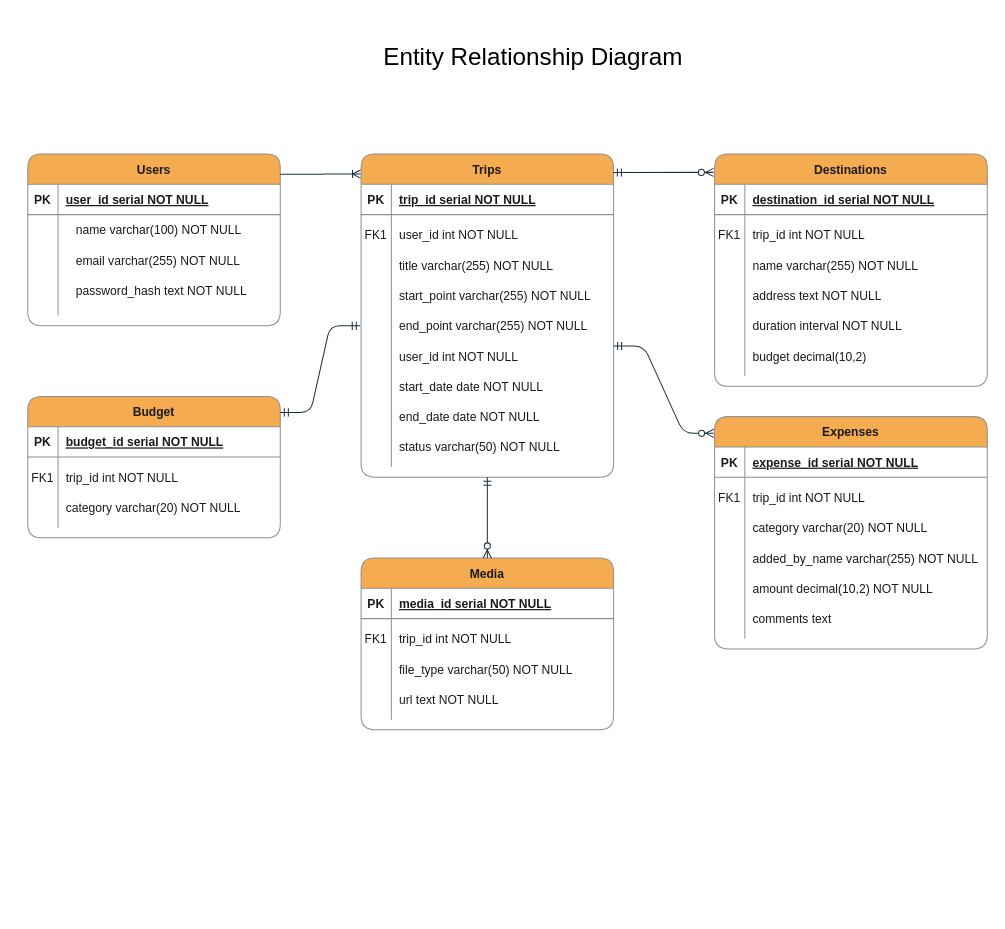
The draw.io diagram ER_Diagram.drawio in ashwani89n/TripOTrail, before the edit. Source tidied: cells renumbered, new cells numbered last; positions are measured from the earlier drawing's top-left corner, leaving out a move shared by most shapes. Both pictures are drawn from the tidied source at 101%, with x=0, y=0 at pixel (27, 17).
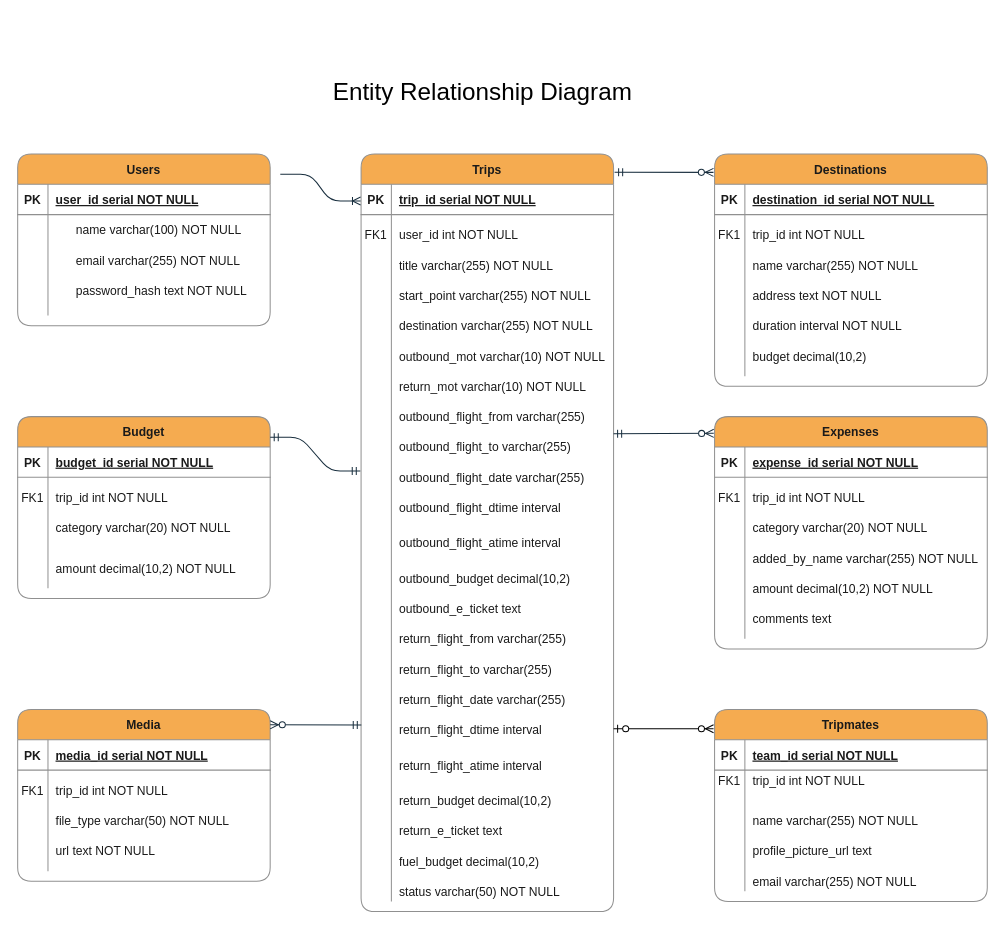
The same diagram, later.

Unchanged cells that the change refers to:
```xml
<mxCell id="40" value="Destinations" style="shape=table;startSize=30;childLayout=tableLayout;rowLines=0;fontStyle=1;align=center;labelBackgroundColor=none;fillColor=#F5AB50;strokeColor=#909090;fontColor=#1A1A1A;rounded=1;" parent="1" vertex="1">
  <mxGeometry x="680" y="135" width="270" height="230" as="geometry" />
</mxCell>
<mxCell id="66" value="Expenses" style="shape=table;startSize=30;childLayout=tableLayout;rowLines=0;fontStyle=1;align=center;labelBackgroundColor=none;fillColor=#F5AB50;strokeColor=#909090;fontColor=#1A1A1A;rounded=1;" parent="1" vertex="1">
  <mxGeometry x="680" y="395" width="270" height="230" as="geometry" />
</mxCell>
```

Change to the diagram source:
```diff
@@
     <mxCell id="2" value="Users" style="shape=table;startSize=30;childLayout=tableLayout;rowLines=0;fontStyle=1;align=center;labelBackgroundColor=none;fillColor=#F5AB50;strokeColor=#909090;fontColor=#1A1A1A;rounded=1;" parent="1" vertex="1">
-      <mxGeometry y="135" width="250" height="170" as="geometry" />
+      <mxGeometry x="-10" y="135" width="250" height="170" as="geometry" />
     </mxCell>
@@
     <mxCell id="12" value="Trips" style="shape=table;startSize=30;childLayout=tableLayout;rowLines=0;fontStyle=1;align=center;labelBackgroundColor=none;fillColor=#F5AB50;strokeColor=#909090;fontColor=#1A1A1A;rounded=1;" parent="1" vertex="1">
-      <mxGeometry x="330" y="135" width="250" height="320" as="geometry" />
+      <mxGeometry x="330" y="135" width="250" height="750" as="geometry" />
     </mxCell>
@@
     <mxCell id="19" style="shape=partialRectangle;fillColor=none;points=[[0,0.5],[1,0.5]];portConstraint=eastwest;top=0;left=0;right=0;bottom=0;labelBackgroundColor=none;strokeColor=#909090;fontColor=#1A1A1A;rounded=1;" parent="12" vertex="1">
-      <mxGeometry y="100" width="250" height="210" as="geometry" />
+      <mxGeometry y="100" width="250" height="640" as="geometry" />
     </mxCell>
     <mxCell id="20" style="shape=partialRectangle;overflow=hidden;fillColor=none;top=0;left=0;bottom=0;right=0;labelBackgroundColor=none;strokeColor=#909090;fontColor=#1A1A1A;rounded=1;" parent="19" vertex="1">
-      <mxGeometry width="30" height="210" as="geometry" />
+      <mxGeometry width="30" height="640" as="geometry" />
     </mxCell>
     <mxCell id="21" style="shape=partialRectangle;overflow=hidden;fillColor=none;top=0;left=0;bottom=0;right=0;align=left;spacingLeft=6;labelBackgroundColor=none;strokeColor=#909090;fontColor=#1A1A1A;rounded=1;" parent="19" vertex="1">
-      <mxGeometry x="30" width="220" height="210" as="geometry" />
+      <mxGeometry x="30" width="220" height="640" as="geometry" />
     </mxCell>
@@
-    <mxCell id="24" value="end_point varchar(255) NOT NULL" style="shape=partialRectangle;overflow=hidden;fillColor=none;top=0;left=0;bottom=0;right=0;align=left;spacingLeft=6;labelBackgroundColor=none;strokeColor=#909090;fontColor=#1A1A1A;rounded=1;" parent="1" vertex="1">
+    <mxCell id="24" value="destination varchar(255) NOT NULL" style="shape=partialRectangle;overflow=hidden;fillColor=none;top=0;left=0;bottom=0;right=0;align=left;spacingLeft=6;labelBackgroundColor=none;strokeColor=#909090;fontColor=#1A1A1A;rounded=1;" parent="1" vertex="1">
       <mxGeometry x="360" y="285" width="220" height="40" as="geometry" />
     </mxCell>
-    <mxCell id="25" value="user_id int NOT NULL" style="shape=partialRectangle;overflow=hidden;fillColor=none;top=0;left=0;bottom=0;right=0;align=left;spacingLeft=6;labelBackgroundColor=none;strokeColor=#909090;fontColor=#1A1A1A;rounded=1;" parent="1" vertex="1">
+    <mxCell id="25" value="outbound_mot varchar(10) NOT NULL" style="shape=partialRectangle;overflow=hidden;fillColor=none;top=0;left=0;bottom=0;right=0;align=left;spacingLeft=6;labelBackgroundColor=none;strokeColor=#909090;fontColor=#1A1A1A;rounded=1;" parent="1" vertex="1">
       <mxGeometry x="360" y="315" width="220" height="40" as="geometry" />
     </mxCell>
-    <mxCell id="26" value="start_date date NOT NULL" style="shape=partialRectangle;overflow=hidden;fillColor=none;top=0;left=0;bottom=0;right=0;align=left;spacingLeft=6;labelBackgroundColor=none;strokeColor=#909090;fontColor=#1A1A1A;rounded=1;" parent="1" vertex="1">
+    <mxCell id="26" value="return_mot varchar(10) NOT NULL" style="shape=partialRectangle;overflow=hidden;fillColor=none;top=0;left=0;bottom=0;right=0;align=left;spacingLeft=6;labelBackgroundColor=none;strokeColor=#909090;fontColor=#1A1A1A;rounded=1;" parent="1" vertex="1">
       <mxGeometry x="360" y="345" width="220" height="40" as="geometry" />
     </mxCell>
     <mxCell id="27" value="status varchar(50) NOT NULL" style="shape=partialRectangle;overflow=hidden;fillColor=none;top=0;left=0;bottom=0;right=0;align=left;spacingLeft=6;labelBackgroundColor=none;strokeColor=#909090;fontColor=#1A1A1A;rounded=1;" parent="1" vertex="1">
-      <mxGeometry x="360" y="405" width="220" height="40" as="geometry" />
+      <mxGeometry x="360" y="845" width="220" height="40" as="geometry" />
     </mxCell>
-    <mxCell id="28" value="end_date date NOT NULL" style="shape=partialRectangle;overflow=hidden;fillColor=none;top=0;left=0;bottom=0;right=0;align=left;spacingLeft=6;labelBackgroundColor=none;strokeColor=#909090;fontColor=#1A1A1A;rounded=1;" parent="1" vertex="1">
-      <mxGeometry x="360" y="375" width="220" height="40" as="geometry" />
-    </mxCell>
     <mxCell id="29" value="Budget" style="shape=table;startSize=30;childLayout=tableLayout;rowLines=0;fontStyle=1;align=center;labelBackgroundColor=none;fillColor=#F5AB50;strokeColor=#909090;fontColor=#1A1A1A;rounded=1;" parent="1" vertex="1">
-      <mxGeometry y="375" width="250" height="140" as="geometry" />
+      <mxGeometry x="-10" y="395" width="250" height="180" as="geometry" />
     </mxCell>
@@
     <mxCell id="36" style="shape=partialRectangle;fillColor=none;top=0;left=0;right=0;bottom=0;labelBackgroundColor=none;strokeColor=#909090;fontColor=#1A1A1A;rounded=1;" parent="29" vertex="1">
-      <mxGeometry y="100" width="250" height="30" as="geometry" />
+      <mxGeometry y="100" width="250" height="70" as="geometry" />
     </mxCell>
     <mxCell id="37" style="shape=partialRectangle;overflow=hidden;fillColor=none;top=0;left=0;bottom=0;right=0;labelBackgroundColor=none;strokeColor=#909090;fontColor=#1A1A1A;rounded=1;" parent="36" vertex="1">
-      <mxGeometry width="30" height="30" as="geometry" />
+      <mxGeometry width="30" height="70" as="geometry" />
     </mxCell>
     <mxCell id="38" style="shape=partialRectangle;overflow=hidden;fillColor=none;top=0;left=0;bottom=0;right=0;align=left;spacingLeft=6;labelBackgroundColor=none;strokeColor=#909090;fontColor=#1A1A1A;rounded=1;" parent="36" vertex="1">
-      <mxGeometry x="30" width="220" height="30" as="geometry" />
+      <mxGeometry x="30" width="220" height="70" as="geometry" />
     </mxCell>
     <mxCell id="39" value="category varchar(20) NOT NULL" style="shape=partialRectangle;overflow=hidden;fillColor=none;top=0;left=0;bottom=0;right=0;align=left;spacingLeft=6;labelBackgroundColor=none;strokeColor=#909090;fontColor=#1A1A1A;rounded=1;" parent="1" vertex="1">
-      <mxGeometry x="30" y="465" width="220" height="40" as="geometry" />
+      <mxGeometry x="20" y="485" width="220" height="40" as="geometry" />
     </mxCell>
@@
     <mxCell id="54" value="Media" style="shape=table;startSize=30;childLayout=tableLayout;rowLines=0;fontStyle=1;align=center;labelBackgroundColor=none;fillColor=#F5AB50;strokeColor=#909090;fontColor=#1A1A1A;rounded=1;" parent="1" vertex="1">
-      <mxGeometry x="330" y="535" width="250" height="170" as="geometry" />
+      <mxGeometry x="-10" y="685" width="250" height="170" as="geometry" />
     </mxCell>
@@
     <mxCell id="64" value="file_type varchar(50) NOT NULL" style="shape=partialRectangle;overflow=hidden;fillColor=none;top=0;left=0;bottom=0;right=0;align=left;spacingLeft=6;labelBackgroundColor=none;strokeColor=#909090;fontColor=#1A1A1A;rounded=1;" parent="1" vertex="1">
-      <mxGeometry x="360" y="625" width="220" height="40" as="geometry" />
+      <mxGeometry x="20" y="775" width="220" height="40" as="geometry" />
     </mxCell>
     <mxCell id="65" value="url text NOT NULL" style="shape=partialRectangle;overflow=hidden;fillColor=none;top=0;left=0;bottom=0;right=0;align=left;spacingLeft=6;labelBackgroundColor=none;strokeColor=#909090;fontColor=#1A1A1A;rounded=1;" parent="1" vertex="1">
-      <mxGeometry x="360" y="655" width="220" height="40" as="geometry" />
+      <mxGeometry x="20" y="805" width="220" height="40" as="geometry" />
     </mxCell>
@@
-    <mxCell id="82" style="fontSize=12;html=1;endArrow=ERzeroToMany;startArrow=ERmandOne;rounded=1;exitX=0.999;exitY=0.057;exitDx=0;exitDy=0;exitPerimeter=0;entryX=-0.004;entryY=0.079;entryDx=0;entryDy=0;entryPerimeter=0;labelBackgroundColor=none;strokeColor=#182E3E;fontColor=default;" parent="1" edge="1" source="12" target="40">
-      <mxGeometry relative="1" as="geometry" />
+    <mxCell id="82" style="fontSize=12;html=1;endArrow=ERzeroToMany;startArrow=ERmandOne;rounded=1;entryX=-0.004;entryY=0.079;entryDx=0;entryDy=0;entryPerimeter=0;labelBackgroundColor=none;strokeColor=#182E3E;fontColor=default;" parent="1" edge="1" target="40">
+      <mxGeometry relative="1" as="geometry">
+        <mxPoint x="581" y="153" as="sourcePoint" />
+      </mxGeometry>
     </mxCell>
-    <mxCell id="83" style="edgeStyle=entityRelationEdgeStyle;fontSize=12;html=1;endArrow=ERzeroToMany;startArrow=ERmandOne;rounded=1;entryX=-0.003;entryY=0.072;entryDx=0;entryDy=0;entryPerimeter=0;labelBackgroundColor=none;strokeColor=#182E3E;fontColor=default;" parent="1" edge="1" target="66">
+    <mxCell id="83" style="fontSize=12;html=1;endArrow=ERzeroToMany;startArrow=ERmandOne;rounded=1;entryX=-0.003;entryY=0.072;entryDx=0;entryDy=0;entryPerimeter=0;labelBackgroundColor=none;strokeColor=#182E3E;fontColor=default;" parent="1" edge="1" target="66">
       <mxGeometry relative="1" as="geometry">
-        <mxPoint x="580" y="325" as="sourcePoint" />
-        <Array as="points">
-          <mxPoint x="755.8" y="607.8" />
-          <mxPoint x="745.8" y="597.8" />
-          <mxPoint x="735.8" y="537.8" />
-          <mxPoint x="637.2" y="807.8" />
-        </Array>
+        <mxPoint x="580" y="412" as="sourcePoint" />
       </mxGeometry>
     </mxCell>
-    <mxCell id="84" style="fontSize=12;html=1;endArrow=ERzeroToMany;startArrow=ERmandOne;rounded=1;entryX=0.5;entryY=0;entryDx=0;entryDy=0;exitX=0.5;exitY=1;exitDx=0;exitDy=0;labelBackgroundColor=none;strokeColor=#182E3E;fontColor=default;" parent="1" edge="1" source="12" target="54">
+    <mxCell id="84" style="fontSize=12;html=1;endArrow=ERzeroToMany;startArrow=ERmandOne;rounded=1;entryX=1;entryY=0.089;entryDx=0;entryDy=0;exitX=0.001;exitY=0.727;exitDx=0;exitDy=0;labelBackgroundColor=none;strokeColor=#182E3E;fontColor=default;entryPerimeter=0;exitPerimeter=0;" parent="1" edge="1" source="19" target="54">
       <mxGeometry relative="1" as="geometry" />
     </mxCell>
     <mxCell id="85" value="&lt;h3 style=&quot;line-height: 230%;&quot;&gt;&lt;font style=&quot;font-size: 24px; font-weight: normal; color: rgb(0, 0, 0);&quot;&gt;Entity Relationship Diagram&lt;/font&gt;&lt;/h3&gt;" style="text;html=1;align=center;verticalAlign=middle;strokeColor=none;fillColor=none;labelBackgroundColor=none;fontColor=#1A1A1A;rounded=1;" parent="1" vertex="1">
-      <mxGeometry x="340" width="320" height="80" as="geometry" />
+      <mxGeometry x="290" y="35" width="320" height="80" as="geometry" />
     </mxCell>
+    <mxCell id="86" value="amount decimal(10,2) NOT NULL" style="shape=partialRectangle;overflow=hidden;fillColor=none;top=0;left=0;bottom=0;right=0;align=left;spacingLeft=6;labelBackgroundColor=none;strokeColor=#909090;fontColor=#1A1A1A;rounded=1;" parent="1" vertex="1">
+      <mxGeometry x="20" y="525" width="240" height="40" as="geometry" />
+    </mxCell>
+    <mxCell id="87" value="Tripmates" style="shape=table;startSize=30;childLayout=tableLayout;rowLines=0;fontStyle=1;align=center;labelBackgroundColor=none;fillColor=#F5AB50;strokeColor=#909090;fontColor=#1A1A1A;rounded=1;" parent="1" vertex="1">
+      <mxGeometry x="680" y="685" width="270" height="190" as="geometry" />
+    </mxCell>
+    <mxCell id="88" style="shape=partialRectangle;fillColor=none;top=0;left=0;right=0;bottom=1;labelBackgroundColor=none;strokeColor=#909090;fontColor=#1A1A1A;rounded=1;" parent="87" vertex="1">
+      <mxGeometry y="30" width="270" height="30" as="geometry" />
+    </mxCell>
+    <mxCell id="89" value="PK" style="shape=partialRectangle;overflow=hidden;fillColor=none;top=0;left=0;bottom=0;right=0;fontStyle=1;labelBackgroundColor=none;strokeColor=#909090;fontColor=#1A1A1A;rounded=1;" parent="88" vertex="1">
+      <mxGeometry width="30" height="30" as="geometry" />
+    </mxCell>
+    <mxCell id="90" value="team_id serial NOT NULL " style="shape=partialRectangle;overflow=hidden;fillColor=none;top=0;left=0;bottom=0;right=0;align=left;spacingLeft=6;fontStyle=5;labelBackgroundColor=none;strokeColor=#909090;fontColor=#1A1A1A;rounded=1;" parent="88" vertex="1">
+      <mxGeometry x="30" width="240" height="30" as="geometry" />
+    </mxCell>
+    <mxCell id="91" style="shape=partialRectangle;fillColor=none;top=0;left=0;right=0;bottom=0;labelBackgroundColor=none;strokeColor=#909090;fontColor=#1A1A1A;rounded=1;" parent="87" vertex="1">
+      <mxGeometry y="60" width="270" height="20" as="geometry" />
+    </mxCell>
+    <mxCell id="92" value="FK1" style="shape=partialRectangle;overflow=hidden;fillColor=none;top=0;left=0;bottom=0;right=0;labelBackgroundColor=none;strokeColor=#909090;fontColor=#1A1A1A;rounded=1;" parent="91" vertex="1">
+      <mxGeometry width="30" height="20" as="geometry" />
+    </mxCell>
+    <mxCell id="93" value="trip_id int NOT NULL" style="shape=partialRectangle;overflow=hidden;fillColor=none;top=0;left=0;bottom=0;right=0;align=left;spacingLeft=6;labelBackgroundColor=none;strokeColor=#909090;fontColor=#1A1A1A;rounded=1;" parent="91" vertex="1">
+      <mxGeometry x="30" width="240" height="20" as="geometry" />
+    </mxCell>
+    <mxCell id="94" style="shape=partialRectangle;fillColor=none;top=0;left=0;right=0;bottom=0;labelBackgroundColor=none;strokeColor=#909090;fontColor=#1A1A1A;rounded=1;" parent="87" vertex="1">
+      <mxGeometry y="80" width="270" height="100" as="geometry" />
+    </mxCell>
+    <mxCell id="95" style="shape=partialRectangle;overflow=hidden;fillColor=none;top=0;left=0;bottom=0;right=0;labelBackgroundColor=none;strokeColor=#909090;fontColor=#1A1A1A;rounded=1;" parent="94" vertex="1">
+      <mxGeometry width="30" height="100" as="geometry" />
+    </mxCell>
+    <mxCell id="96" style="shape=partialRectangle;overflow=hidden;fillColor=none;top=0;left=0;bottom=0;right=0;align=left;spacingLeft=6;labelBackgroundColor=none;strokeColor=#909090;fontColor=#1A1A1A;rounded=1;" parent="94" vertex="1">
+      <mxGeometry x="30" width="240" height="100" as="geometry" />
+    </mxCell>
+    <mxCell id="97" value="profile_picture_url text " style="shape=partialRectangle;overflow=hidden;fillColor=none;top=0;left=0;bottom=0;right=0;align=left;spacingLeft=6;labelBackgroundColor=none;strokeColor=#909090;fontColor=#1A1A1A;rounded=1;" parent="1" vertex="1">
+      <mxGeometry x="710" y="805" width="220" height="40" as="geometry" />
+    </mxCell>
+    <mxCell id="98" value="name varchar(255) NOT NULL" style="shape=partialRectangle;overflow=hidden;fillColor=none;top=0;left=0;bottom=0;right=0;align=left;spacingLeft=6;labelBackgroundColor=none;strokeColor=#909090;fontColor=#1A1A1A;rounded=1;" parent="1" vertex="1">
+      <mxGeometry x="710" y="775" width="240" height="40" as="geometry" />
+    </mxCell>
+    <mxCell id="99" style="fontSize=12;html=1;endArrow=ERzeroToMany;startArrow=ERzeroToOne;rounded=0;" parent="1" edge="1">
+      <mxGeometry relative="1" as="geometry">
+        <mxPoint x="580" y="704" as="sourcePoint" />
+        <mxPoint x="679" y="704" as="targetPoint" />
+      </mxGeometry>
+    </mxCell>
+    <mxCell id="100" value="email varchar(255) NOT NULL" style="shape=partialRectangle;overflow=hidden;fillColor=none;top=0;left=0;bottom=0;right=0;align=left;spacingLeft=6;labelBackgroundColor=none;strokeColor=#909090;fontColor=#1A1A1A;rounded=1;" parent="1" vertex="1">
+      <mxGeometry x="710" y="835" width="240" height="40" as="geometry" />
+    </mxCell>
+    <mxCell id="101" value="fuel_budget decimal(10,2) " style="shape=partialRectangle;overflow=hidden;fillColor=none;top=0;left=0;bottom=0;right=0;align=left;spacingLeft=6;labelBackgroundColor=none;strokeColor=#909090;fontColor=#1A1A1A;rounded=1;" parent="1" vertex="1">
+      <mxGeometry x="360" y="815" width="220" height="40" as="geometry" />
+    </mxCell>
+    <mxCell id="102" value="outbound_flight_from varchar(255)" style="shape=partialRectangle;overflow=hidden;fillColor=none;top=0;left=0;bottom=0;right=0;align=left;spacingLeft=6;labelBackgroundColor=none;strokeColor=#909090;fontColor=#1A1A1A;rounded=1;" parent="1" vertex="1">
+      <mxGeometry x="360" y="375" width="220" height="40" as="geometry" />
+    </mxCell>
+    <mxCell id="103" value="outbound_flight_date varchar(255)" style="shape=partialRectangle;overflow=hidden;fillColor=none;top=0;left=0;bottom=0;right=0;align=left;spacingLeft=6;labelBackgroundColor=none;strokeColor=#909090;fontColor=#1A1A1A;rounded=1;" parent="1" vertex="1">
+      <mxGeometry x="360" y="435" width="220" height="40" as="geometry" />
+    </mxCell>
+    <mxCell id="104" value="outbound_budget decimal(10,2)" style="shape=partialRectangle;overflow=hidden;fillColor=none;top=0;left=0;bottom=0;right=0;align=left;spacingLeft=6;labelBackgroundColor=none;strokeColor=#909090;fontColor=#1A1A1A;rounded=1;" parent="1" vertex="1">
+      <mxGeometry x="360" y="535" width="220" height="40" as="geometry" />
+    </mxCell>
+    <mxCell id="105" value="outbound_flight_to varchar(255)" style="shape=partialRectangle;overflow=hidden;fillColor=none;top=0;left=0;bottom=0;right=0;align=left;spacingLeft=6;labelBackgroundColor=none;strokeColor=#909090;fontColor=#1A1A1A;rounded=1;" parent="1" vertex="1">
+      <mxGeometry x="360" y="405" width="220" height="40" as="geometry" />
+    </mxCell>
+    <mxCell id="106" value="outbound_flight_dtime interval" style="shape=partialRectangle;overflow=hidden;fillColor=none;top=0;left=0;bottom=0;right=0;align=left;spacingLeft=6;labelBackgroundColor=none;strokeColor=#909090;fontColor=#1A1A1A;rounded=1;" parent="1" vertex="1">
+      <mxGeometry x="360" y="465" width="220" height="40" as="geometry" />
+    </mxCell>
+    <mxCell id="107" value="outbound_flight_atime interval" style="shape=partialRectangle;overflow=hidden;fillColor=none;top=0;left=0;bottom=0;right=0;align=left;spacingLeft=6;labelBackgroundColor=none;strokeColor=#909090;fontColor=#1A1A1A;rounded=1;" parent="1" vertex="1">
+      <mxGeometry x="360" y="500" width="220" height="40" as="geometry" />
+    </mxCell>
+    <mxCell id="108" value="outbound_e_ticket text" style="shape=partialRectangle;overflow=hidden;fillColor=none;top=0;left=0;bottom=0;right=0;align=left;spacingLeft=6;labelBackgroundColor=none;strokeColor=#909090;fontColor=#1A1A1A;rounded=1;" parent="1" vertex="1">
+      <mxGeometry x="360" y="565" width="220" height="40" as="geometry" />
+    </mxCell>
+    <mxCell id="109" value="return_flight_from varchar(255)" style="shape=partialRectangle;overflow=hidden;fillColor=none;top=0;left=0;bottom=0;right=0;align=left;spacingLeft=6;labelBackgroundColor=none;strokeColor=#909090;fontColor=#1A1A1A;rounded=1;" parent="1" vertex="1">
+      <mxGeometry x="360" y="595" width="220" height="40" as="geometry" />
+    </mxCell>
+    <mxCell id="110" value="return_flight_date varchar(255)" style="shape=partialRectangle;overflow=hidden;fillColor=none;top=0;left=0;bottom=0;right=0;align=left;spacingLeft=6;labelBackgroundColor=none;strokeColor=#909090;fontColor=#1A1A1A;rounded=1;" parent="1" vertex="1">
+      <mxGeometry x="360" y="655" width="220" height="40" as="geometry" />
+    </mxCell>
+    <mxCell id="111" value="return_budget decimal(10,2)" style="shape=partialRectangle;overflow=hidden;fillColor=none;top=0;left=0;bottom=0;right=0;align=left;spacingLeft=6;labelBackgroundColor=none;strokeColor=#909090;fontColor=#1A1A1A;rounded=1;" parent="1" vertex="1">
+      <mxGeometry x="360" y="755" width="220" height="40" as="geometry" />
+    </mxCell>
+    <mxCell id="112" value="return_flight_to varchar(255)" style="shape=partialRectangle;overflow=hidden;fillColor=none;top=0;left=0;bottom=0;right=0;align=left;spacingLeft=6;labelBackgroundColor=none;strokeColor=#909090;fontColor=#1A1A1A;rounded=1;" parent="1" vertex="1">
+      <mxGeometry x="360" y="625" width="220" height="40" as="geometry" />
+    </mxCell>
+    <mxCell id="113" value="return_flight_dtime interval" style="shape=partialRectangle;overflow=hidden;fillColor=none;top=0;left=0;bottom=0;right=0;align=left;spacingLeft=6;labelBackgroundColor=none;strokeColor=#909090;fontColor=#1A1A1A;rounded=1;" parent="1" vertex="1">
+      <mxGeometry x="360" y="685" width="220" height="40" as="geometry" />
+    </mxCell>
+    <mxCell id="114" value="return_flight_atime interval" style="shape=partialRectangle;overflow=hidden;fillColor=none;top=0;left=0;bottom=0;right=0;align=left;spacingLeft=6;labelBackgroundColor=none;strokeColor=#909090;fontColor=#1A1A1A;rounded=1;" parent="1" vertex="1">
+      <mxGeometry x="360" y="720" width="220" height="40" as="geometry" />
+    </mxCell>
+    <mxCell id="115" value="return_e_ticket text" style="shape=partialRectangle;overflow=hidden;fillColor=none;top=0;left=0;bottom=0;right=0;align=left;spacingLeft=6;labelBackgroundColor=none;strokeColor=#909090;fontColor=#1A1A1A;rounded=1;" parent="1" vertex="1">
+      <mxGeometry x="360" y="785" width="220" height="40" as="geometry" />
+    </mxCell>
```
